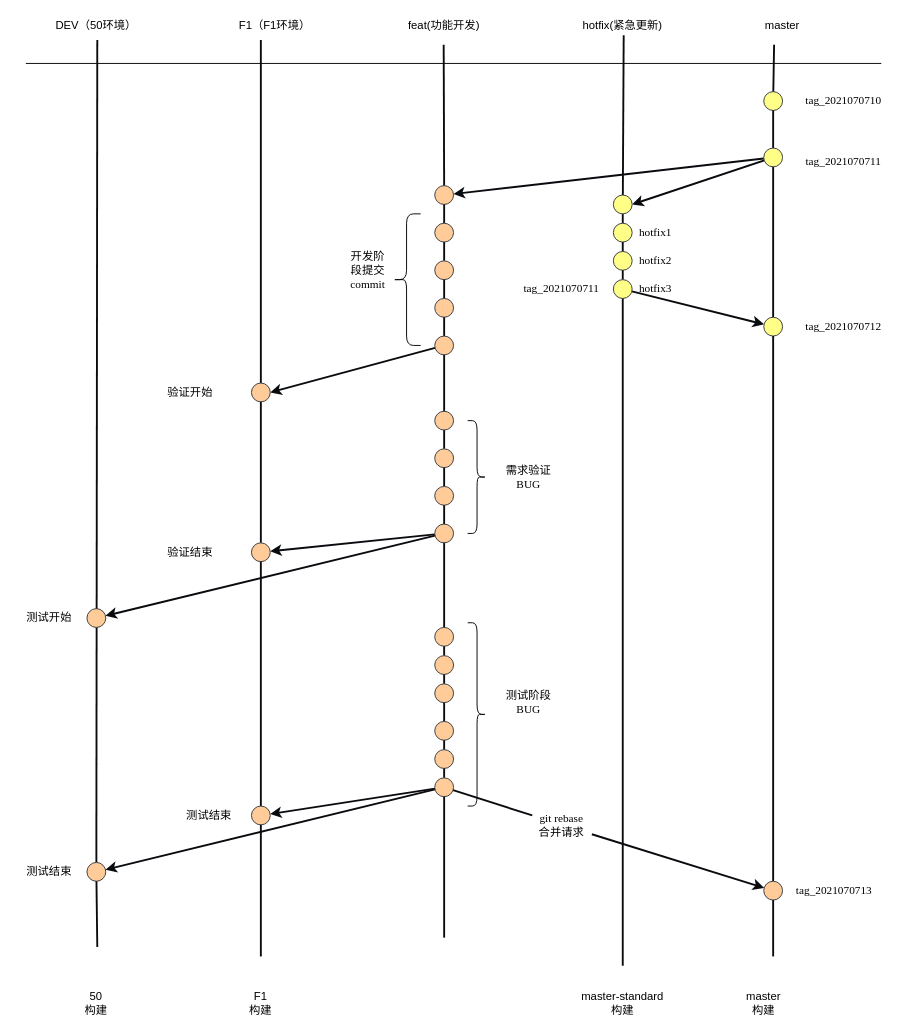
Mark-LoveFootball/mind keeps this draw.io diagram as git工作流.drawio. Above is the earlier version. Source tidied: cells renumbered, new cells numbered last; positions are measured from the earlier drawing's top-left corner, leaving out a move shared by most shapes. Both pictures are drawn from the tidied source at 94%, with x=0, y=0 at pixel (16, 16).
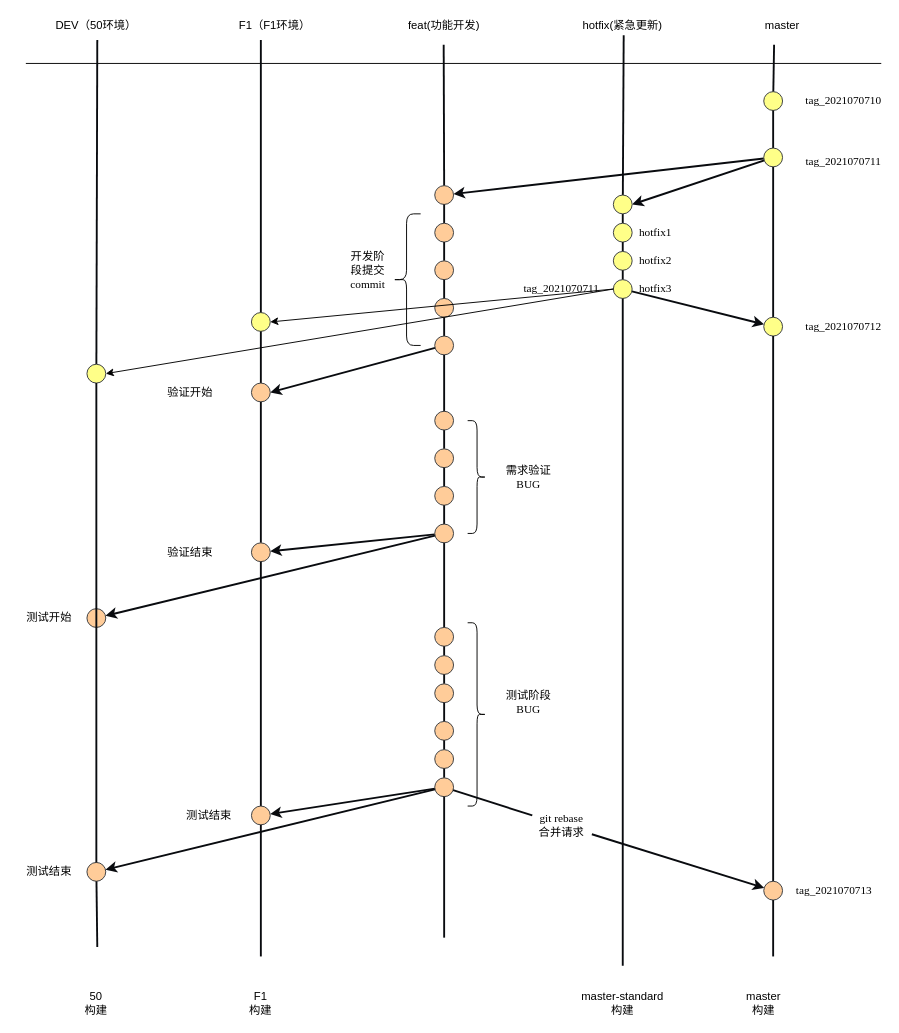
After the change.

Unchanged cells that the change refers to:
```xml
<mxCell id="27" style="ellipse;whiteSpace=wrap;html=1;fontFamily=Times New Roman;fillColor=#ffff88;strokeColor=#36393d;" parent="1" vertex="1">
  <mxGeometry x="635" y="280" width="20" height="20" as="geometry" />
</mxCell>
<mxCell id="88" style="ellipse;whiteSpace=wrap;html=1;fontFamily=Times New Roman;fillColor=#ffcc99;strokeColor=#36393d;" parent="1" vertex="1">
  <mxGeometry x="75" y="900" width="20" height="20" as="geometry" />
</mxCell>
```

Change to the diagram source:
```diff
@@
-    <mxCell id="8" style="endArrow=none;html=1;curved=1;strokeWidth=2;gradientColor=#7ea6e0;fillColor=#dae8fc;fontFamily=Times New Roman;align=center;horizontal=0;strokeColor=#090B0F;startArrow=none;" parent="1" edge="1" source="88">
+    <mxCell id="8" style="endArrow=none;html=1;curved=1;strokeWidth=2;gradientColor=#7ea6e0;fillColor=#dae8fc;fontFamily=Times New Roman;align=center;horizontal=0;strokeColor=#090B0F;startArrow=none;" parent="1" edge="1" source="102">
       <mxGeometry relative="1" as="geometry">
         <mxPoint x="86" y="25" as="targetPoint" />
       </mxGeometry>
     </mxCell>
@@
+    <mxCell id="100" style="ellipse;whiteSpace=wrap;html=1;fontFamily=Times New Roman;fillColor=#ffff88;strokeColor=#36393d;" parent="1" vertex="1">
+      <mxGeometry x="250" y="315" width="20" height="20" as="geometry" />
+    </mxCell>
+    <mxCell id="101" style="endArrow=classic;html=1;exitX=0;exitY=0.5;exitDx=0;exitDy=0;entryX=1;entryY=0.5;entryDx=0;entryDy=0;" parent="1" edge="1" source="27" target="100">
+      <mxGeometry relative="1" as="geometry" />
+    </mxCell>
+    <mxCell id="102" style="ellipse;whiteSpace=wrap;html=1;fontFamily=Times New Roman;fillColor=#ffff88;strokeColor=#36393d;" parent="1" vertex="1">
+      <mxGeometry x="75" y="370" width="20" height="20" as="geometry" />
+    </mxCell>
+    <mxCell id="103" style="endArrow=none;html=1;curved=1;strokeWidth=2;gradientColor=#7ea6e0;fillColor=#dae8fc;fontFamily=Times New Roman;align=center;horizontal=0;strokeColor=#090B0F;startArrow=none;" parent="1" edge="1" source="88" target="102">
+      <mxGeometry relative="1" as="geometry" />
+    </mxCell>
+    <mxCell id="104" style="endArrow=classic;html=1;exitX=0;exitY=0.5;exitDx=0;exitDy=0;entryX=1;entryY=0.5;entryDx=0;entryDy=0;" parent="1" edge="1" source="27" target="102">
+      <mxGeometry relative="1" as="geometry" />
+    </mxCell>
```
